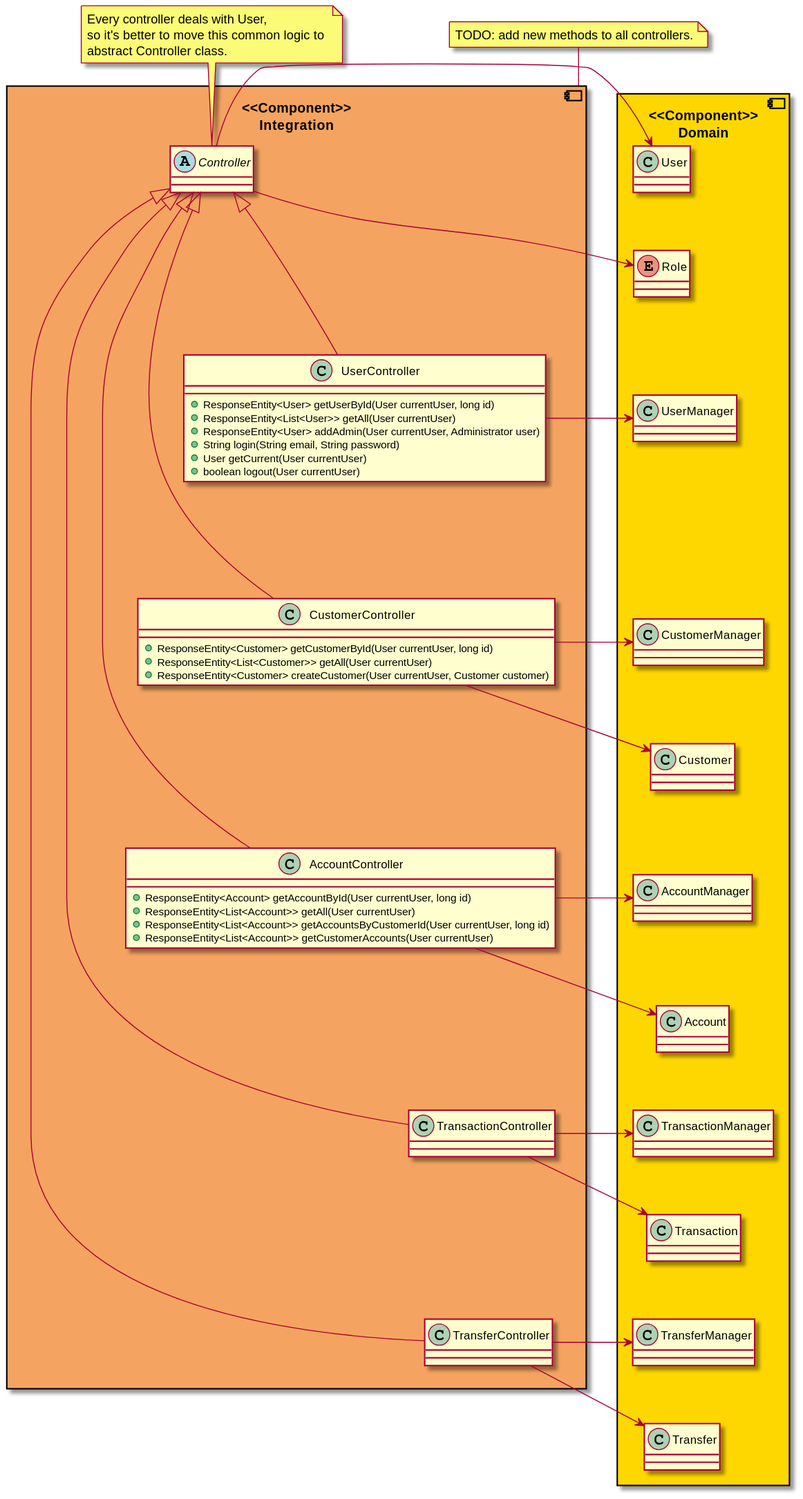
Earlier version of the PlantUML export class/ClassIntegration.svg (opendemobank/diagrams). The source it was exported from:
```plantuml
@startuml ClassIntegration

skinparam class {
    BackgroundColor<<Repository>> SkyBlue
    BorderColor<<Repository>> Navy
    BackgroundColor<<Access>> Snow
    BorderColor<<Access>> Plum
    BackgroundColor<<Integration>> SandyBrown
    BorderColor<<Integration>> Tomato
    BackgroundColor<<Domain>> Gold
    BorderColor<<Domain>> Red
}

component "<<Component>>\nIntegration" as integration #SandyBrown {
    abstract Controller {

    }

    class UserController {
        + ResponseEntity<User> getUserById(User currentUser, long id)
        + ResponseEntity<List<User>> getAll(User currentUser)
        + ResponseEntity<User> addAdmin(User currentUser, Administrator user)
        + String login(String email, String password)
        + User getCurrent(User currentUser)
        + boolean logout(User currentUser)
    }

    class CustomerController {
        + ResponseEntity<Customer> getCustomerById(User currentUser, long id)
        + ResponseEntity<List<Customer>> getAll(User currentUser)
        + ResponseEntity<Customer> createCustomer(User currentUser, Customer customer)
    }

    class AccountController {
        + ResponseEntity<Account> getAccountById(User currentUser, long id)
        + ResponseEntity<List<Account>> getAll(User currentUser)
        + ResponseEntity<List<Account>> getAccountsByCustomerId(User currentUser, long id)
        + ResponseEntity<List<Account>> getCustomerAccounts(User currentUser)
    }

    class TransactionController {
    }

    class TransferController {
    }
}

component "<<Component>>\nDomain" as domain #Gold {
    class User
    enum Role
    class UserManager
    class CustomerManager
    class Customer
    class AccountManager
    class Account
    class TransactionManager
    class Transaction
    class TransferManager
    class Transfer
}

Controller -> User
Controller --> Role
Controller ---[hidden]> UserController

UserController ->  UserManager
UserController ---[hidden]> CustomerController

CustomerController ->  CustomerManager
CustomerController --> Customer
CustomerController ---[hidden]> AccountController

AccountController -> AccountManager
AccountController --> Account
AccountController ---[hidden]> TransactionController

TransactionController -> TransactionManager
TransactionController --> Transaction
TransactionController ---[hidden]> TransferController

TransferController -> TransferManager
TransferController --> Transfer

Controller <|-- UserController
Controller <|---- CustomerController
Controller <|------ AccountController
Controller <|-------- TransactionController
Controller <|---------- TransferController

User --[hidden]> Role
Role --[hidden]> UserManager
UserManager ---[hidden]> CustomerManager
CustomerManager --[hidden]> Customer
Customer --[hidden]> AccountManager
AccountManager --[hidden]> Account
Account --[hidden]> TransactionManager
TransactionManager --[hidden]> Transaction
Transaction --[hidden]> TransferManager
TransferManager --[hidden]> Transfer

note as note1
    TODO: add new methods to all controllers.
end note

note as note2
    Every controller deals with User,
    so it's better to move this common logic to
    abstract Controller class.
end note

integration -up- note1
Controller -up- note2

@enduml
```
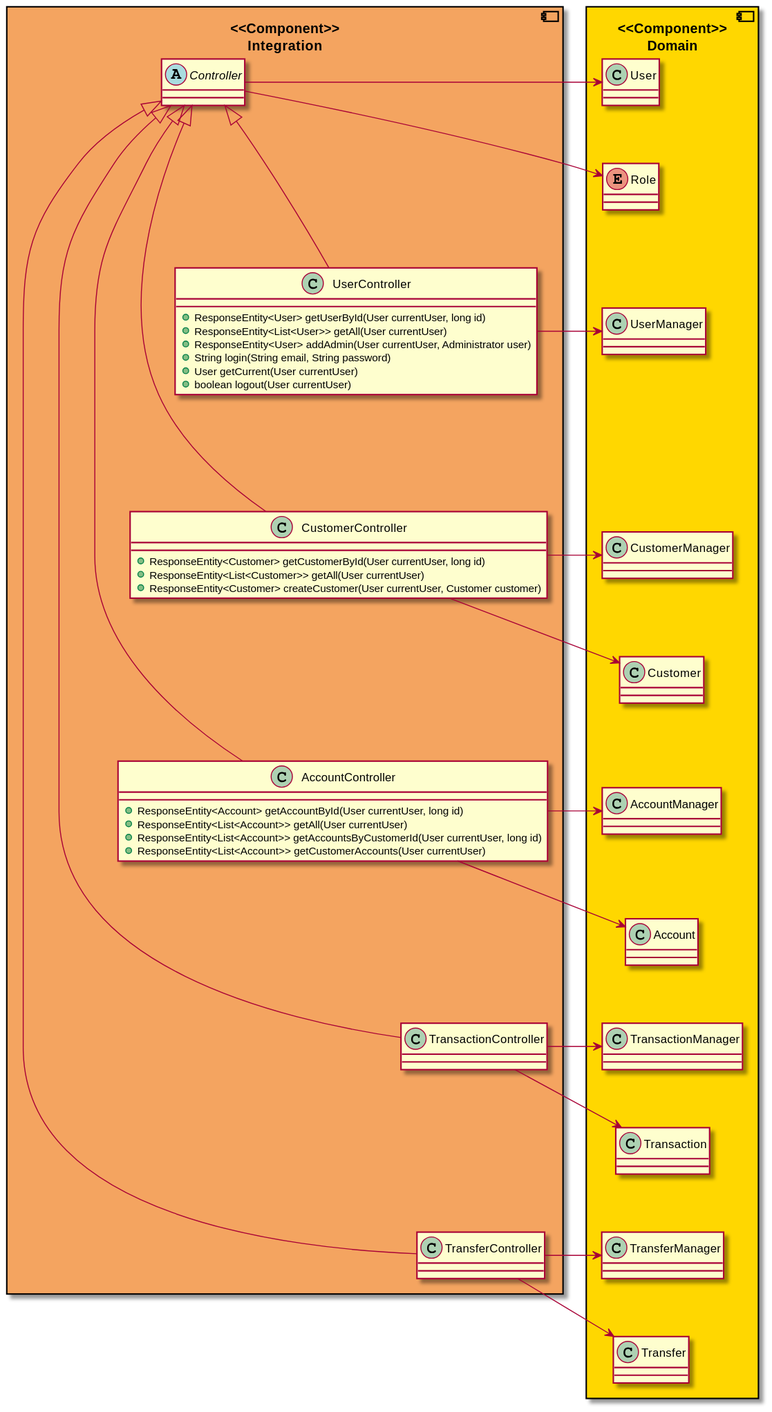
The same diagram one commit later.

Diff of the diagram source:
```diff
@@ -98,17 +98,7 @@
 Transaction --[hidden]> TransferManager
 TransferManager --[hidden]> Transfer
 
-note as note1
-    TODO: add new methods to all controllers.
-end note
 
-note as note2
-    Every controller deals with User,
-    so it's better to move this common logic to
-    abstract Controller class.
-end note
 
-integration -up- note1
-Controller -up- note2
 
 @enduml
```
